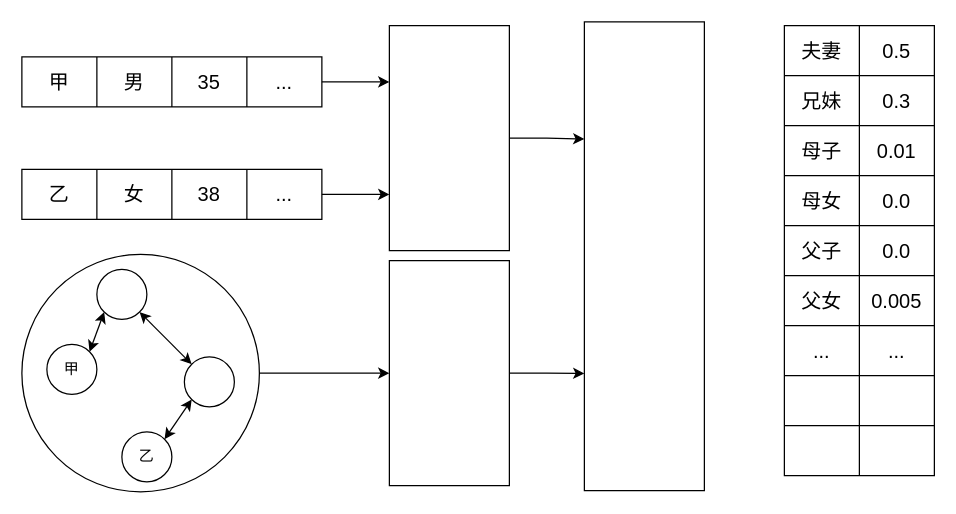
Before: page "家庭关系预测" (9 of 9) of 智图/智图架构.drawio in XiaoLiuAI/diagrams, a draw.io diagram. Source tidied: cells renumbered, new cells numbered last; positions are measured from the earlier drawing's top-left corner, leaving out a move shared by most shapes. Both pictures are drawn from the tidied source at 125%, with x=0, y=0 at pixel (21, 21).
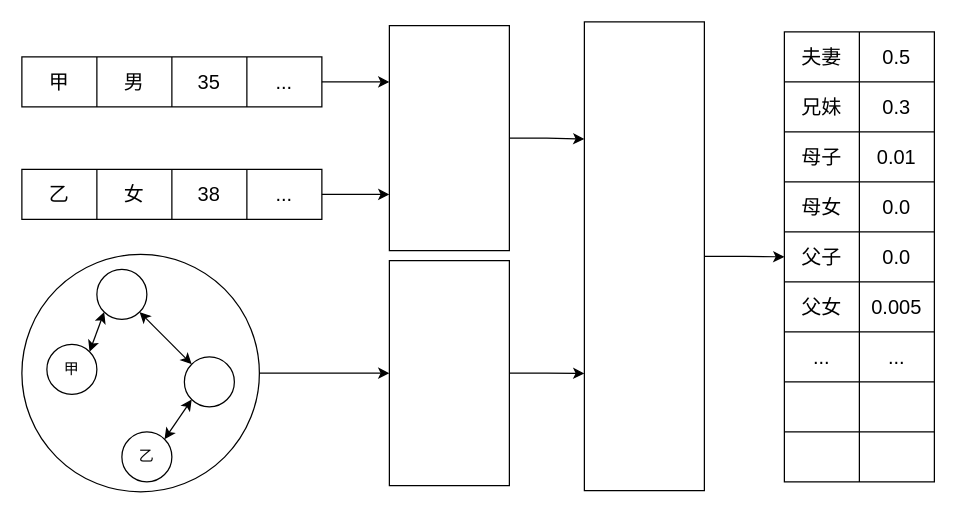
The same diagram, later.

Commit message:
更新智图架构.drawio

The change refers to these unchanged cells:
```xml
<mxCell id="30" style="rounded=0;whiteSpace=wrap;html=1;" parent="1" vertex="1">
  <mxGeometry x="450" width="96" height="375" as="geometry" />
</mxCell>
<mxCell id="44" style="shape=tableRow;horizontal=0;startSize=0;swimlaneHead=0;swimlaneBody=0;strokeColor=inherit;top=0;left=0;bottom=0;right=0;fillColor=none;points=[[0,0.5],[1,0.5]];portConstraint=eastwest;fontSize=16;" parent="31" vertex="1">
  <mxGeometry y="160" width="120" height="40" as="geometry" />
</mxCell>
```

Change to the diagram source:
```diff
@@
+    <mxCell id="59" style="edgeStyle=orthogonalEdgeStyle;rounded=0;jettySize=auto;html=1;exitX=1;exitY=0.5;exitDx=0;exitDy=0;entryX=0;entryY=0.5;entryDx=0;entryDy=0;" parent="1" edge="1" source="30" target="44">
+      <mxGeometry relative="1" as="geometry" />
+    </mxCell>
@@
     <mxCell id="31" style="shape=table;startSize=0;childLayout=tableLayout;fontSize=16;" parent="1" vertex="1">
-      <mxGeometry x="610" y="3" width="120" height="360" as="geometry" />
+      <mxGeometry x="610" y="8" width="120" height="360" as="geometry" />
     </mxCell>
```
